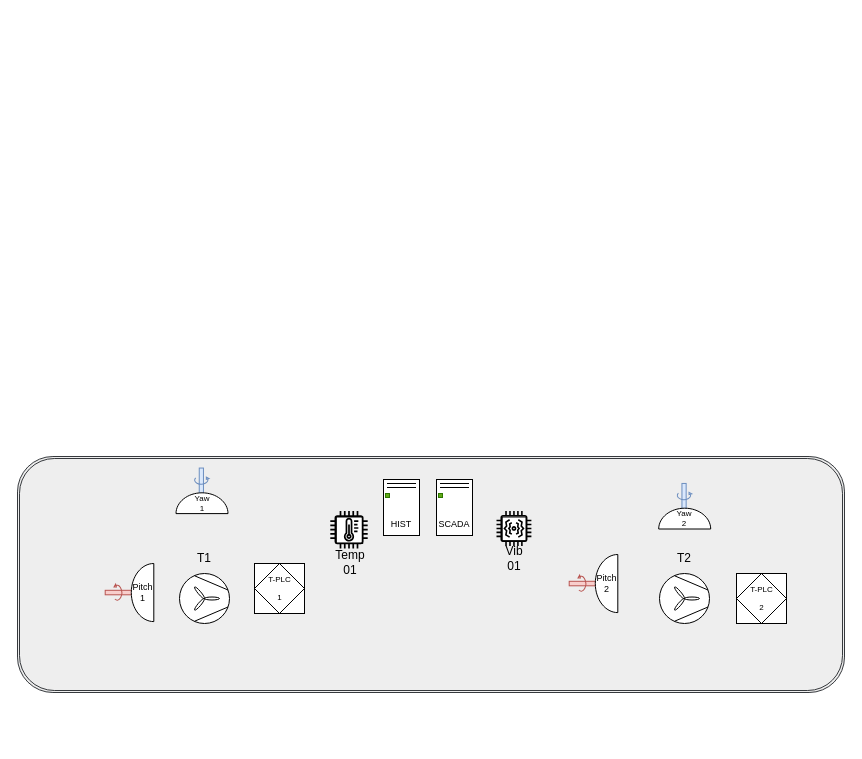
Before: Untitled Diagram.drawio in lebonite/Grupp1_VindPark, a draw.io diagram. Source tidied: cells renumbered, new cells numbered last; positions are measured from the earlier drawing's top-left corner, leaving out a move shared by most shapes. Both pictures are drawn from the tidied source at 100%, with x=0, y=0 at pixel (17, 24).
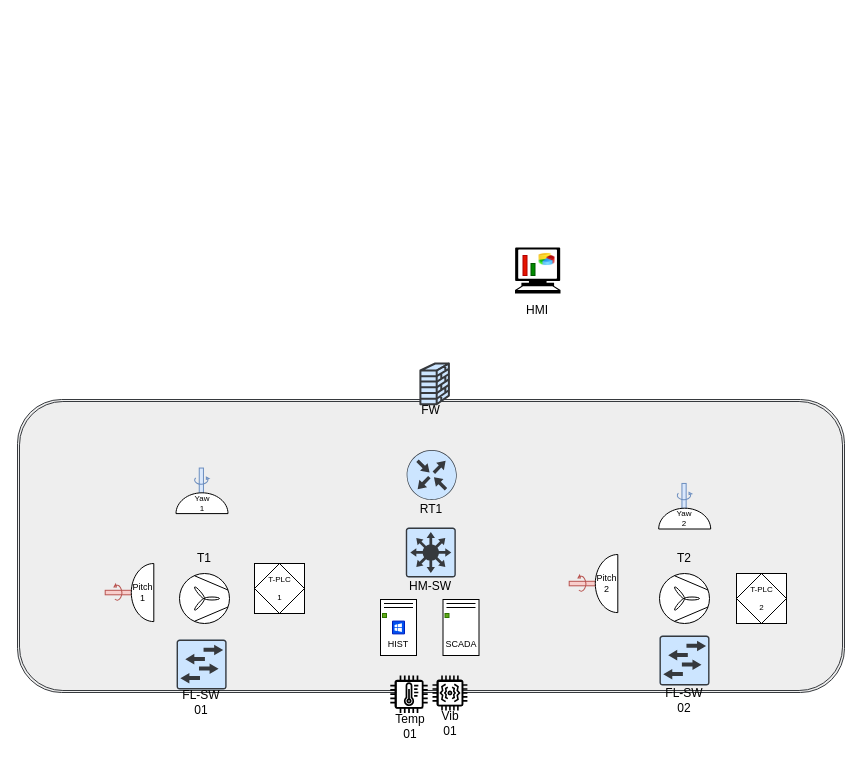
After the change.

Diff of the diagram source:
```diff
@@
     <mxCell id="2" style="shape=ext;double=1;rounded=1;whiteSpace=wrap;html=1;fillColor=#eeeeee;strokeColor=#36393d;" parent="1" vertex="1">
-      <mxGeometry y="432" width="827" height="236" as="geometry" />
+      <mxGeometry y="375" width="827" height="293" as="geometry" />
     </mxCell>
@@
     <mxCell id="36" style="group;" parent="1" vertex="1">
-      <mxGeometry x="407" y="455" width="60" height="60" as="geometry" />
+      <mxGeometry x="413.5" y="575" width="60" height="60" as="geometry" />
     </mxCell>
@@
     <mxCell id="41" style="group;" parent="1" vertex="1">
-      <mxGeometry x="354" y="455" width="60" height="60" as="geometry" />
+      <mxGeometry x="351" y="575" width="60" height="60" as="geometry" />
     </mxCell>
@@
+    <mxCell id="56" style="shadow=0;dashed=0;html=1;strokeColor=#001DBC;fillColor=#0050ef;labelPosition=center;verticalLabelPosition=bottom;verticalAlign=top;align=center;shape=mxgraph.veeam.ms_windows;fontColor=#ffffff;" parent="41" vertex="1">
+      <mxGeometry x="24" y="21.6" width="12" height="12.8" as="geometry" />
+    </mxCell>
     <mxCell id="46" style="group;" parent="1" vertex="1">
-      <mxGeometry x="303" y="486.5" width="60" height="66" as="geometry" />
+      <mxGeometry x="363" y="651" width="60" height="66" as="geometry" />
     </mxCell>
@@
     <mxCell id="51" style="group;" parent="1" vertex="1">
-      <mxGeometry x="467" y="486.5" width="60" height="62.5" as="geometry" />
+      <mxGeometry x="403" y="651" width="60" height="62.5" as="geometry" />
     </mxCell>
@@
+    <mxCell id="57" style="group;" parent="1" vertex="1">
+      <mxGeometry x="154.1" y="615" width="60" height="78" as="geometry" />
+    </mxCell>
+    <mxCell id="58" style="sketch=0;verticalLabelPosition=bottom;html=1;verticalAlign=top;align=center;shape=mxgraph.cisco19.rect;prIcon=l2_switch;fillColor=#cce5ff;strokeColor=#36393d;" parent="57" vertex="1">
+      <mxGeometry x="5" width="50" height="50" as="geometry" />
+    </mxCell>
+    <mxCell id="59" value="&lt;div&gt;FL-SW&lt;/div&gt;&lt;div&gt;01&lt;br&gt;&lt;/div&gt;" style="text;html=1;align=center;verticalAlign=middle;whiteSpace=wrap;rounded=0;" parent="57" vertex="1">
+      <mxGeometry y="48" width="60" height="30" as="geometry" />
+    </mxCell>
+    <mxCell id="60" style="group;" parent="1" vertex="1">
+      <mxGeometry x="637" y="611" width="60" height="80" as="geometry" />
+    </mxCell>
+    <mxCell id="61" style="sketch=0;verticalLabelPosition=bottom;html=1;verticalAlign=top;align=center;shape=mxgraph.cisco19.rect;prIcon=l2_switch;fillColor=#cce5ff;strokeColor=#36393d;" parent="60" vertex="1">
+      <mxGeometry x="5" width="50" height="50" as="geometry" />
+    </mxCell>
+    <mxCell id="62" value="&lt;div&gt;FL-SW&lt;/div&gt;&lt;div&gt;02&lt;/div&gt;" style="text;html=1;align=center;verticalAlign=middle;whiteSpace=wrap;rounded=0;" parent="60" vertex="1">
+      <mxGeometry y="50" width="60" height="30" as="geometry" />
+    </mxCell>
+    <mxCell id="63" style="group;" parent="1" vertex="1">
+      <mxGeometry x="382.8" y="443" width="60.5" height="134" as="geometry" />
+    </mxCell>
+    <mxCell id="64" style="group;" parent="63" vertex="1">
+      <mxGeometry x="0.5" y="60" width="60" height="74" as="geometry" />
+    </mxCell>
+    <mxCell id="65" style="sketch=0;verticalLabelPosition=bottom;html=1;verticalAlign=top;align=center;shape=mxgraph.cisco19.rect;prIcon=l3_switch;fillColor=#cce5ff;strokeColor=#36393d;" parent="64" vertex="1">
+      <mxGeometry x="5" width="50" height="50" as="geometry" />
+    </mxCell>
+    <mxCell id="66" value="HM-SW" style="text;html=1;align=center;verticalAlign=middle;whiteSpace=wrap;rounded=0;" parent="64" vertex="1">
+      <mxGeometry y="44" width="60" height="30" as="geometry" />
+    </mxCell>
+    <mxCell id="67" style="group;" parent="1" vertex="1">
+      <mxGeometry x="384.2" y="339" width="59" height="90" as="geometry" />
+    </mxCell>
+    <mxCell id="68" style="group;" parent="67" vertex="1">
+      <mxGeometry y="1.2" width="59" height="88.8" as="geometry" />
+    </mxCell>
+    <mxCell id="69" value="FW" style="text;html=1;align=center;verticalAlign=middle;whiteSpace=wrap;rounded=0;" parent="68" vertex="1">
+      <mxGeometry y="36.5" width="59" height="18.2" as="geometry" />
+    </mxCell>
+    <mxCell id="70" style="shape=mxgraph.cisco.security.firewall;html=1;dashed=0;strokeWidth=2;verticalLabelPosition=bottom;verticalAlign=top;align=center;fillColor=#cce5ff;strokeColor=#36393d;" parent="67" vertex="1">
+      <mxGeometry x="18.7" width="28.5" height="40.7" as="geometry" />
+    </mxCell>
+    <mxCell id="71" style="group;" parent="1" vertex="1">
+      <mxGeometry x="384.2" y="425.5" width="60" height="74" as="geometry" />
+    </mxCell>
+    <mxCell id="72" style="sketch=0;verticalLabelPosition=bottom;html=1;verticalAlign=top;align=center;shape=mxgraph.cisco19.rect;prIcon=router;fillColor=#cce5ff;strokeColor=#36393d;" parent="71" vertex="1">
+      <mxGeometry x="5" width="50" height="50" as="geometry" />
+    </mxCell>
+    <mxCell id="73" value="RT1" style="text;html=1;align=center;verticalAlign=middle;whiteSpace=wrap;rounded=0;" parent="71" vertex="1">
+      <mxGeometry y="44" width="60" height="30" as="geometry" />
+    </mxCell>
+    <mxCell id="74" style="group;" parent="1" vertex="1">
+      <mxGeometry x="497.5" y="223" width="45.5" height="46" as="geometry" />
+    </mxCell>
+    <mxCell id="75" style="shape=mxgraph.signs.tech.computer;html=1;fillColor=#000000;strokeColor=none;verticalLabelPosition=bottom;verticalAlign=top;align=center;" parent="74" vertex="1">
+      <mxGeometry width="45.5" height="46" as="geometry" />
+    </mxCell>
+    <mxCell id="76" style="rounded=0;whiteSpace=wrap;html=1;rotation=-90;fillColor=#e51400;fontColor=#ffffff;strokeColor=#B20000;" parent="74" vertex="1">
+      <mxGeometry y="16" width="20" height="4" as="geometry" />
+    </mxCell>
+    <mxCell id="77" style="rounded=0;whiteSpace=wrap;html=1;rotation=-90;fillColor=#008a00;fontColor=#ffffff;strokeColor=#005700;" parent="74" vertex="1">
+      <mxGeometry x="12" y="20" width="12" height="4" as="geometry" />
+    </mxCell>
+    <mxCell id="78" style="image;html=1;image=img/lib/clip_art/finance/Pie_Chart_128x128.png;" parent="74" vertex="1">
+      <mxGeometry x="24" y="4" width="16" height="16" as="geometry" />
+    </mxCell>
+    <mxCell id="79" value="HMI" style="text;html=1;align=center;verticalAlign=middle;whiteSpace=wrap;rounded=0;" parent="1" vertex="1">
+      <mxGeometry x="490.2" y="271" width="60" height="30" as="geometry" />
+    </mxCell>
```
